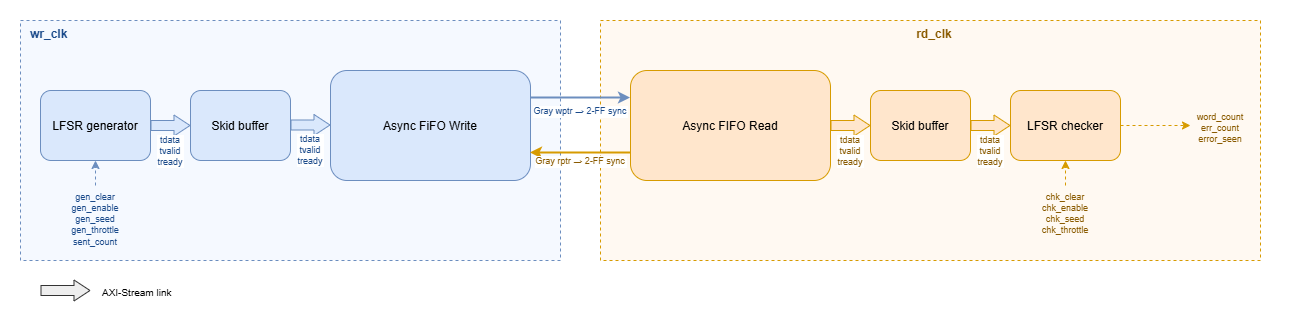
Earlier version of the draw.io export AXIS_cdc_bridge/axis_cdc_bridge.png (SungminLee201906/DE1_SOC). Source tidied: cells renumbered, new cells last; positions are measured from the earlier drawing's top-left corner, leaving out a move shared by most shapes.
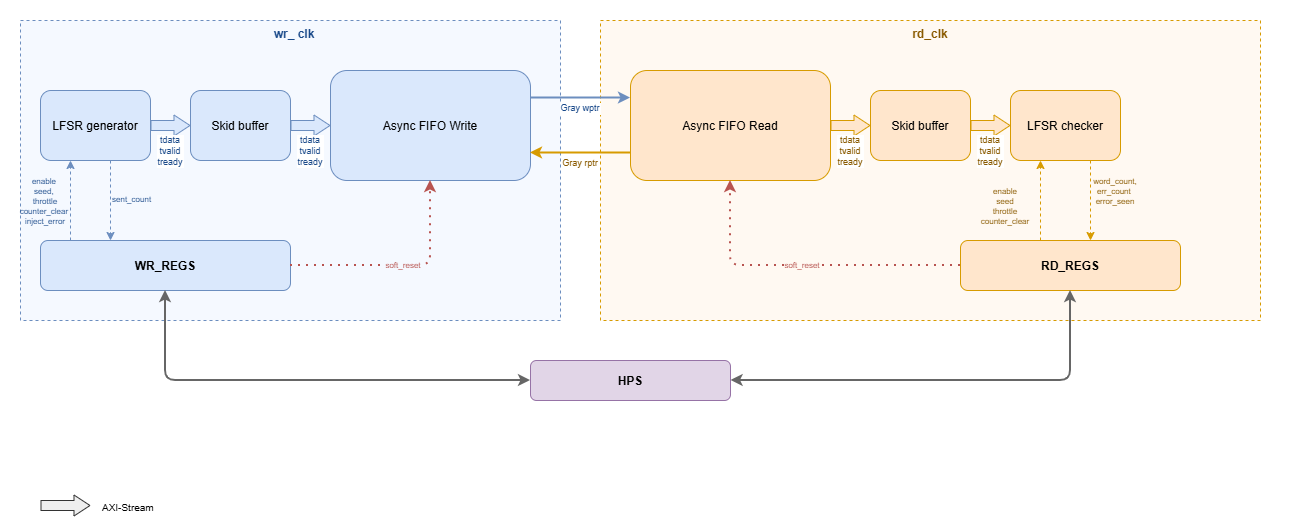
Above is the later version.

Change to the diagram source:
```diff
@@ -3,27 +3,27 @@
     <mxCell id="0" />
     <mxCell id="1" parent="0" />
     <mxCell id="2" style="rounded=0;fillColor=#ffffff;strokeColor=none;" parent="1" vertex="1">
-      <mxGeometry width="1300" height="320" as="geometry" />
+      <mxGeometry width="1300" height="530" as="geometry" />
     </mxCell>
-    <mxCell id="3" value="wr_clk " style="rounded=0;fillColor=#f5f9ff;strokeColor=#6c8ebf;dashed=1;verticalAlign=top;align=left;spacingLeft=8;fontStyle=1;fontColor=#1a4a8a;" parent="1" vertex="1">
-      <mxGeometry x="20" y="20" width="540" height="240" as="geometry" />
+    <mxCell id="3" value="wr_ clk" style="rounded=0;fillColor=#f5f9ff;strokeColor=#6c8ebf;dashed=1;verticalAlign=top;align=center;spacingLeft=8;fontStyle=1;fontColor=#1a4a8a;" parent="1" vertex="1">
+      <mxGeometry x="20" y="20" width="540" height="300" as="geometry" />
     </mxCell>
-    <mxCell id="4" value="rd_clk " style="rounded=0;fillColor=#fff9f2;strokeColor=#d79b00;dashed=1;verticalAlign=top;align=center;spacingLeft=8;fontStyle=1;fontColor=#8a5a00;" parent="1" vertex="1">
-      <mxGeometry x="600" y="20" width="660" height="240" as="geometry" />
+    <mxCell id="4" value="rd_clk" style="rounded=0;fillColor=#fff9f2;strokeColor=#d79b00;dashed=1;verticalAlign=top;align=center;fontStyle=1;fontColor=#8a5a00;" parent="1" vertex="1">
+      <mxGeometry x="600" y="20" width="660" height="300" as="geometry" />
     </mxCell>
     <mxCell id="5" value="LFSR generator" style="rounded=1;fillColor=#dae8fc;strokeColor=#6c8ebf;" parent="1" vertex="1">
       <mxGeometry x="40" y="90" width="110" height="70" as="geometry" />
     </mxCell>
-    <mxCell id="6" value="Skid buffer " style="rounded=1;fillColor=#dae8fc;strokeColor=#6c8ebf;" parent="1" vertex="1">
+    <mxCell id="6" value="Skid buffer" style="rounded=1;fillColor=#dae8fc;strokeColor=#6c8ebf;" parent="1" vertex="1">
       <mxGeometry x="190" y="90" width="100" height="70" as="geometry" />
     </mxCell>
-    <mxCell id="7" value="Async FiFO Write" style="rounded=1;fillColor=#dae8fc;strokeColor=#6c8ebf;" parent="1" vertex="1">
+    <mxCell id="7" value="Async FIFO Write" style="rounded=1;fillColor=#dae8fc;strokeColor=#6c8ebf;" parent="1" vertex="1">
       <mxGeometry x="330" y="70" width="200" height="110" as="geometry" />
     </mxCell>
     <mxCell id="8" value="Async FIFO Read" style="rounded=1;fillColor=#ffe6cc;strokeColor=#d79b00;" parent="1" vertex="1">
       <mxGeometry x="630" y="70" width="200" height="110" as="geometry" />
     </mxCell>
-    <mxCell id="9" value="Skid buffer " style="rounded=1;fillColor=#ffe6cc;strokeColor=#d79b00;" parent="1" vertex="1">
+    <mxCell id="9" value="Skid buffer" style="rounded=1;fillColor=#ffe6cc;strokeColor=#d79b00;" parent="1" vertex="1">
       <mxGeometry x="870" y="90" width="100" height="70" as="geometry" />
     </mxCell>
     <mxCell id="10" value="LFSR checker" style="rounded=1;fillColor=#ffe6cc;strokeColor=#d79b00;" parent="1" vertex="1">
@@ -34,8 +34,8 @@
     </mxCell>
     <mxCell id="12" value="tdata&#10;tvalid&#10;tready" style="shape=flexArrow;width=10;endWidth=10;endSize=5;fillColor=#dae8fc;strokeColor=#6c8ebf;fontColor=#1a4a8a;fontSize=9;" parent="1" edge="1">
       <mxGeometry y="-25" relative="1" as="geometry">
-        <mxPoint x="290" y="124.5" as="sourcePoint" />
-        <mxPoint x="330" y="124.5" as="targetPoint" />
+        <mxPoint x="290" y="125" as="sourcePoint" />
+        <mxPoint x="330" y="125" as="targetPoint" />
       </mxGeometry>
     </mxCell>
     <mxCell id="13" value="tdata&#10;tvalid&#10;tready" style="shape=flexArrow;width=10;endWidth=10;endSize=5;fillColor=#ffe6cc;strokeColor=#d79b00;fontColor=#8a5a00;fontSize=9;" parent="1" edge="1" source="8" target="9">
@@ -44,45 +44,99 @@
     <mxCell id="14" value="tdata&#10;tvalid&#10;tready" style="shape=flexArrow;width=10;endWidth=10;endSize=5;fillColor=#ffe6cc;strokeColor=#d79b00;fontColor=#8a5a00;fontSize=9;" parent="1" edge="1" source="9" target="10">
       <mxGeometry y="-25" relative="1" as="geometry" />
     </mxCell>
-    <mxCell id="15" value="Gray wptr → 2-FF sync" style="endArrow=classic;strokeColor=#6c8ebf;strokeWidth=2;fontColor=#1a4a8a;fontSize=9;exitX=1;exitY=0.25;entryX=0;entryY=0.25;" parent="1" edge="1" source="7" target="8">
-      <mxGeometry y="-12" relative="1" as="geometry">
-        <mxPoint y="1" as="offset" />
-      </mxGeometry>
+    <mxCell id="15" value="Gray wptr" style="endArrow=classic;strokeColor=#6c8ebf;strokeWidth=2;fontColor=#1a4a8a;fontSize=9;exitX=1;exitY=0.25;entryX=0;entryY=0.25;" parent="1" edge="1" source="7" target="8">
+      <mxGeometry y="-10" relative="1" as="geometry" />
     </mxCell>
-    <mxCell id="16" value="Gray rptr → 2-FF sync" style="endArrow=classic;strokeColor=#d79b00;strokeWidth=2;fontColor=#8a5a00;fontSize=9;exitX=0;exitY=0.75;entryX=1;entryY=0.75;" parent="1" edge="1" source="8" target="7">
-      <mxGeometry y="8" relative="1" as="geometry" />
+    <mxCell id="16" value="Gray rptr" style="endArrow=classic;strokeColor=#d79b00;strokeWidth=2;fontColor=#8a5a00;fontSize=9;exitX=0;exitY=0.75;entryX=1;entryY=0.75;" parent="1" edge="1" source="8" target="7">
+      <mxGeometry y="10" relative="1" as="geometry" />
     </mxCell>
-    <mxCell id="17" value="gen_clear&#10;gen_enable&#10;gen_seed&#10;gen_throttle" style="text;fontSize=9;align=center;fontColor=#1a4a8a;" parent="1" vertex="1">
-      <mxGeometry x="60" y="185" width="70" height="40" as="geometry" />
-    </mxCell>
+    <mxCell id="26" value="WR_REGS" style="rounded=1;fillColor=#dae8fc;strokeColor=#6c8ebf;fontStyle=1;" parent="1" vertex="1">
+      <mxGeometry x="40" y="240" width="250" height="50" as="geometry" />
+    </mxCell>
+    <mxCell id="27" value="RD_REGS" style="rounded=1;fillColor=#ffe6cc;strokeColor=#d79b00;fontStyle=1;" parent="1" vertex="1">
+      <mxGeometry x="960" y="240" width="220" height="50" as="geometry" />
+    </mxCell>
+    <mxCell id="28" style="endArrow=classic;dashed=1;strokeColor=#6c8ebf;" parent="1" edge="1">
+      <mxGeometry relative="1" as="geometry">
+        <mxPoint x="70" y="240" as="sourcePoint" />
+        <mxPoint x="70" y="160" as="targetPoint" />
+      </mxGeometry>
+    </mxCell>
+    <mxCell id="29" style="endArrow=classic;dashed=1;strokeColor=#6c8ebf;" parent="1" edge="1">
+      <mxGeometry relative="1" as="geometry">
+        <mxPoint x="110" y="160" as="sourcePoint" />
+        <mxPoint x="110" y="240" as="targetPoint" />
+      </mxGeometry>
+    </mxCell>
-    <mxCell id="18" value="sent_count" style="text;fontSize=9;align=center;fontColor=#1a4a8a;" parent="1" vertex="1">
-      <mxGeometry x="65" y="230" width="60" height="20" as="geometry" />
+    <mxCell id="18" value="&#10;sent_count" style="text;fontSize=8;align=left;verticalAlign=top;fontColor=#1a4a8a;" parent="1" vertex="1">
+      <mxGeometry x="110" y="178" width="40" height="45" as="geometry" />
     </mxCell>
-    <mxCell id="19" value="chk_clear&#10;chk_enable&#10;chk_seed&#10;chk_throttle" style="text;fontSize=9;align=center;fontColor=#8a5a00;" parent="1" vertex="1">
-      <mxGeometry x="1030" y="185" width="70" height="40" as="geometry" />
-    </mxCell>
-    <mxCell id="20" value="word_count&#10;err_count&#10;error_seen" style="text;fontSize=9;align=center;fontColor=#8a5a00;" parent="1" vertex="1">
-      <mxGeometry x="1190" y="105" width="60" height="40" as="geometry" />
-    </mxCell>
-    <mxCell id="21" style="endArrow=classic;dashed=1;strokeColor=#6c8ebf;exitX=0.5;exitY=0;entryX=0.5;entryY=1;" parent="1" edge="1" source="17" target="5">
-      <mxGeometry relative="1" as="geometry" />
-    </mxCell>
-    <mxCell id="22" style="endArrow=classic;dashed=1;strokeColor=#d79b00;exitX=0.5;exitY=0;entryX=0.5;entryY=1;" parent="1" edge="1" source="19" target="10">
-      <mxGeometry relative="1" as="geometry" />
-    </mxCell>
-    <mxCell id="23" style="endArrow=classic;dashed=1;strokeColor=#d79b00;" parent="1" edge="1" source="10">
-      <mxGeometry relative="1" as="geometry">
-        <mxPoint x="1190" y="125" as="targetPoint" />
-      </mxGeometry>
-    </mxCell>
+    <mxCell id="30" style="endArrow=classic;dashed=1;strokeColor=#d79b00;" parent="1" edge="1">
+      <mxGeometry relative="1" as="geometry">
+        <mxPoint x="1040" y="240" as="sourcePoint" />
+        <mxPoint x="1040" y="160" as="targetPoint" />
+      </mxGeometry>
+    </mxCell>
+    <mxCell id="31" style="endArrow=classic;dashed=1;strokeColor=#d79b00;" parent="1" edge="1">
+      <mxGeometry relative="1" as="geometry">
+        <mxPoint x="1090" y="160" as="sourcePoint" />
+        <mxPoint x="1090" y="240" as="targetPoint" />
+      </mxGeometry>
+    </mxCell>
+    <mxCell id="32" value="word_count,&#10;   err_count &#10;error_seen" style="text;fontSize=8;align=center;verticalAlign=top;fontColor=#8a5a00;" parent="1" vertex="1">
+      <mxGeometry x="1090" y="170" width="50" height="60" as="geometry" />
+    </mxCell>
+    <mxCell id="33" value="soft_reset" style="endArrow=classic;dashed=1;dashPattern=1 3;strokeColor=#b85450;strokeWidth=2;fontSize=8;fontColor=#b85450;labelBackgroundColor=#f5f9ff;" parent="1" edge="1">
+      <mxGeometry relative="1" as="geometry">
+        <mxPoint x="290" y="265" as="sourcePoint" />
+        <mxPoint x="430" y="180" as="targetPoint" />
+        <Array as="points">
+          <mxPoint x="430" y="265" />
+        </Array>
+      </mxGeometry>
+    </mxCell>
+    <mxCell id="34" value="soft_reset" style="endArrow=classic;dashed=1;dashPattern=1 3;strokeColor=#b85450;strokeWidth=2;fontSize=8;fontColor=#b85450;labelBackgroundColor=#fff9f2;" parent="1" edge="1">
+      <mxGeometry relative="1" as="geometry">
+        <mxPoint x="960" y="265" as="sourcePoint" />
+        <mxPoint x="730" y="180" as="targetPoint" />
+        <Array as="points">
+          <mxPoint x="730" y="265" />
+        </Array>
+      </mxGeometry>
+    </mxCell>
+    <mxCell id="35" value="HPS" style="rounded=1;fillColor=#e1d5e7;strokeColor=#9673a6;fontStyle=1;" parent="1" vertex="1">
+      <mxGeometry x="530" y="360" width="200" height="40" as="geometry" />
+    </mxCell>
+    <mxCell id="36" style="startArrow=classic;endArrow=classic;strokeColor=#666666;strokeWidth=2;" parent="1" edge="1" source="35">
+      <mxGeometry x="0.33" relative="1" as="geometry">
+        <mxPoint x="165" y="290" as="targetPoint" />
+        <Array as="points">
+          <mxPoint x="165" y="380" />
+        </Array>
+      </mxGeometry>
+    </mxCell>
+    <mxCell id="37" style="startArrow=classic;endArrow=classic;strokeColor=#666666;strokeWidth=2;exitX=0.562;exitY=0.717;exitDx=0;exitDy=0;exitPerimeter=0;" parent="1" edge="1" source="2">
+      <mxGeometry x="0.39" relative="1" as="geometry">
+        <mxPoint x="1070" y="290" as="targetPoint" />
+        <Array as="points">
+          <mxPoint x="1070" y="380" />
+        </Array>
+      </mxGeometry>
+    </mxCell>
     <mxCell id="24" style="shape=flexArrow;width=10;endWidth=10;endSize=5;fillColor=#eeeeee;strokeColor=#333333;" parent="1" edge="1">
       <mxGeometry relative="1" as="geometry">
-        <mxPoint x="40" y="290" as="sourcePoint" />
-        <mxPoint x="90" y="290" as="targetPoint" />
+        <mxPoint x="40" y="505" as="sourcePoint" />
+        <mxPoint x="90" y="505" as="targetPoint" />
       </mxGeometry>
     </mxCell>
-    <mxCell id="25" value="AXI-Stream link " style="text;fontSize=10;align=left;" parent="1" vertex="1">
-      <mxGeometry x="100" y="280" width="220" height="20" as="geometry" />
+    <mxCell id="25" value="AXI-Stream" style="text;fontSize=10;align=left;" parent="1" vertex="1">
+      <mxGeometry x="100" y="495" width="80" height="20" as="geometry" />
     </mxCell>
+    <mxCell id="38" value="enable &#10;seed, &#10;throttle&#10;   counter_clear &#10;inject_error&#10;&#10;" style="text;fontSize=8;align=center;verticalAlign=top;fontColor=#1a4a8a;" parent="1" vertex="1">
+      <mxGeometry x="20" y="170" width="50" height="60" as="geometry" />
+    </mxCell>
+    <mxCell id="39" value="enable&#10;seed&#10;   throttle&#10;counter_clear&#10;&#10;" style="text;fontSize=8;align=center;verticalAlign=top;fontColor=#8a5a00;" parent="1" vertex="1">
+      <mxGeometry x="980" y="180" width="50" height="50" as="geometry" />
+    </mxCell>
   </root>
 </mxGraphModel>
```
